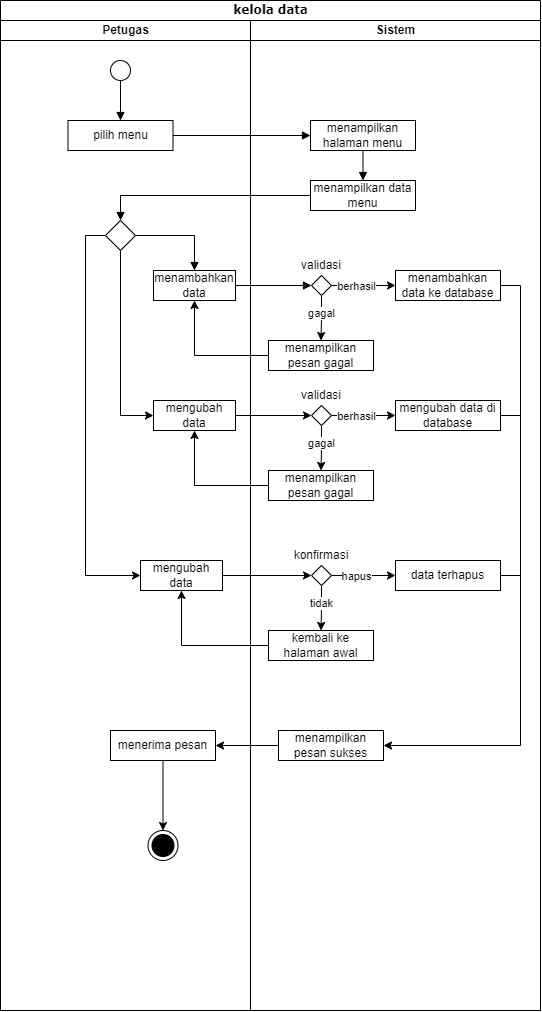
Above: activty.drawio.png in annrdhjn/drawio (draw.io), before the change. Source tidied: cells renumbered, new cells last; positions are measured from the earlier drawing's top-left corner, leaving out a move shared by most shapes.
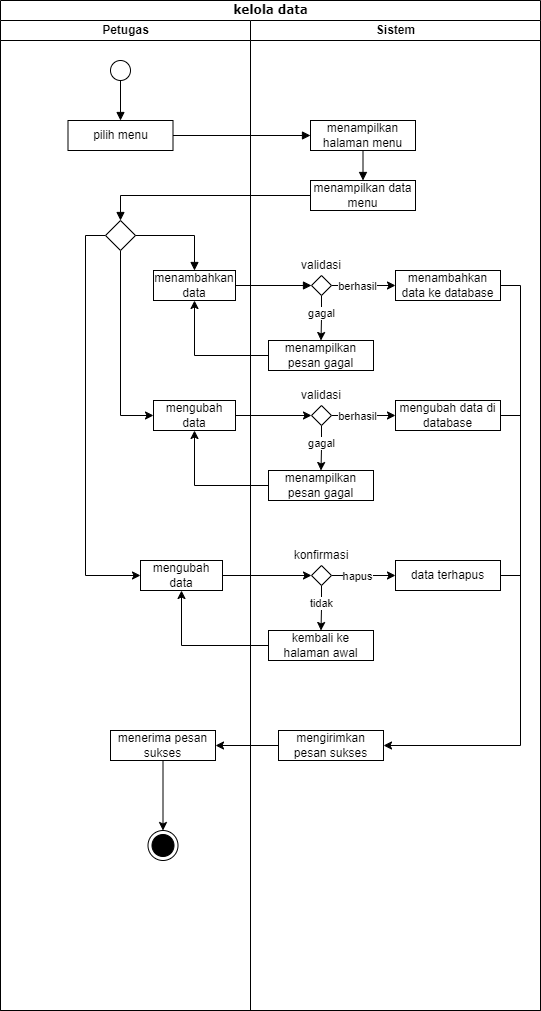
After the commit.

Diff of the diagram source:
```diff
@@ -45,7 +45,7 @@
     <mxCell id="14" style="edgeStyle=orthogonalEdgeStyle;rounded=0;jettySize=auto;html=1;exitX=0.5;exitY=1;exitDx=0;exitDy=0;" parent="3" edge="1" source="15" target="16">
       <mxGeometry relative="1" as="geometry" />
     </mxCell>
-    <mxCell id="15" value="menerima pesan" style="html=1;whiteSpace=wrap;" parent="3" vertex="1">
+    <mxCell id="15" value="menerima pesan sukses" style="html=1;whiteSpace=wrap;" parent="3" vertex="1">
       <mxGeometry x="110" y="710" width="105" height="30" as="geometry" />
     </mxCell>
     <mxCell id="16" style="ellipse;html=1;shape=endState;fillColor=strokeColor;" parent="3" vertex="1">
@@ -134,7 +134,7 @@
     <mxCell id="42" value="kembali ke halaman awal" style="html=1;whiteSpace=wrap;" parent="17" vertex="1">
       <mxGeometry x="18" y="610" width="105" height="30" as="geometry" />
     </mxCell>
-    <mxCell id="43" value="menampilkan pesan sukses" style="html=1;whiteSpace=wrap;" parent="17" vertex="1">
+    <mxCell id="43" value="mengirimkan pesan sukses" style="html=1;whiteSpace=wrap;" parent="17" vertex="1">
       <mxGeometry x="28" y="710" width="105" height="30" as="geometry" />
     </mxCell>
     <mxCell id="44" value="validasi" style="text;html=1;strokeColor=none;fillColor=none;align=center;verticalAlign=middle;whiteSpace=wrap;rounded=0;" parent="17" vertex="1">
```
